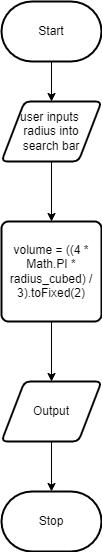
Earlier version of the draw.io export design/flow-chart.png (Ali-Mugamai/ICS20-6-04-JS). Source tidied: cells renumbered, new cells last; positions are measured from the earlier drawing's top-left corner, leaving out a move shared by most shapes. Its diagram source:
```xml
<mxGraphModel>
  <root>
    <mxCell id="0" />
    <mxCell id="1" parent="0" />
    <mxCell id="2" style="edgeStyle=none;html=1;" parent="1" edge="1" source="3" target="5">
      <mxGeometry relative="1" as="geometry" />
    </mxCell>
    <mxCell id="3" value="Start" style="strokeWidth=2;html=1;shape=mxgraph.flowchart.terminator;whiteSpace=wrap;" parent="1" vertex="1">
      <mxGeometry width="100" height="60" as="geometry" />
    </mxCell>
    <mxCell id="4" style="edgeStyle=none;html=1;" parent="1" edge="1" source="5" target="7">
      <mxGeometry relative="1" as="geometry" />
    </mxCell>
    <mxCell id="5" value="user inputs&amp;nbsp;&lt;br&gt;radius into &lt;br&gt;search bar" style="shape=parallelogram;html=1;strokeWidth=2;perimeter=parallelogramPerimeter;whiteSpace=wrap;rounded=1;arcSize=12;size=0.23;" parent="1" vertex="1">
      <mxGeometry y="100" width="100" height="60" as="geometry" />
    </mxCell>
    <mxCell id="6" style="edgeStyle=none;html=1;" parent="1" edge="1" source="7" target="9">
      <mxGeometry relative="1" as="geometry" />
    </mxCell>
    <mxCell id="7" value="volume = ((4 * Math.PI * radius_cubed) / 3).toFixed(2)" style="rounded=1;whiteSpace=wrap;html=1;absoluteArcSize=1;arcSize=14;strokeWidth=2;" parent="1" vertex="1">
      <mxGeometry y="220" width="100" height="100" as="geometry" />
    </mxCell>
    <mxCell id="8" style="edgeStyle=none;html=1;" parent="1" edge="1" source="9" target="10">
      <mxGeometry relative="1" as="geometry" />
    </mxCell>
    <mxCell id="9" value="Output" style="shape=parallelogram;html=1;strokeWidth=2;perimeter=parallelogramPerimeter;whiteSpace=wrap;rounded=1;arcSize=12;size=0.23;" parent="1" vertex="1">
      <mxGeometry y="380" width="100" height="60" as="geometry" />
    </mxCell>
    <mxCell id="10" value="Stop" style="strokeWidth=2;html=1;shape=mxgraph.flowchart.terminator;whiteSpace=wrap;" parent="1" vertex="1">
      <mxGeometry y="490" width="100" height="60" as="geometry" />
    </mxCell>
  </root>
</mxGraphModel>
```
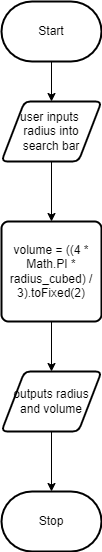
Later version of the same file.

Diff of the diagram source:
```diff
@@ -23,8 +23,8 @@
     <mxCell id="8" style="edgeStyle=none;html=1;" parent="1" edge="1" source="9" target="10">
       <mxGeometry relative="1" as="geometry" />
     </mxCell>
-    <mxCell id="9" value="Output" style="shape=parallelogram;html=1;strokeWidth=2;perimeter=parallelogramPerimeter;whiteSpace=wrap;rounded=1;arcSize=12;size=0.23;" parent="1" vertex="1">
-      <mxGeometry y="380" width="100" height="60" as="geometry" />
+    <mxCell id="9" value="&lt;span&gt;outputs radius and volume&lt;/span&gt;" style="shape=parallelogram;html=1;strokeWidth=2;perimeter=parallelogramPerimeter;whiteSpace=wrap;rounded=1;arcSize=12;size=0.23;" parent="1" vertex="1">
+      <mxGeometry y="370" width="100" height="60" as="geometry" />
     </mxCell>
     <mxCell id="10" value="Stop" style="strokeWidth=2;html=1;shape=mxgraph.flowchart.terminator;whiteSpace=wrap;" parent="1" vertex="1">
       <mxGeometry y="490" width="100" height="60" as="geometry" />
```
